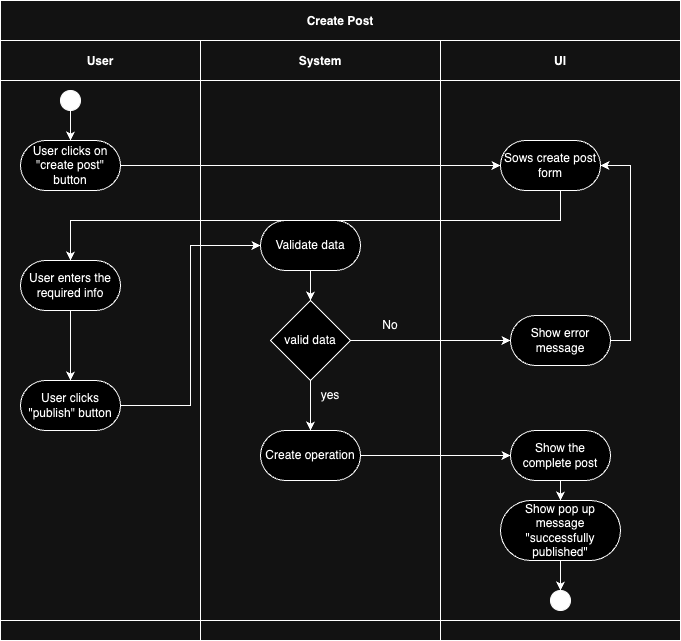
Before: Assets/Create post drawio.drawio.png, a diagram exported from draw.io (millisom/GluGuide). Source tidied: cells renumbered, new cells last; positions are measured from the earlier drawing's top-left corner, leaving out a move shared by most shapes.
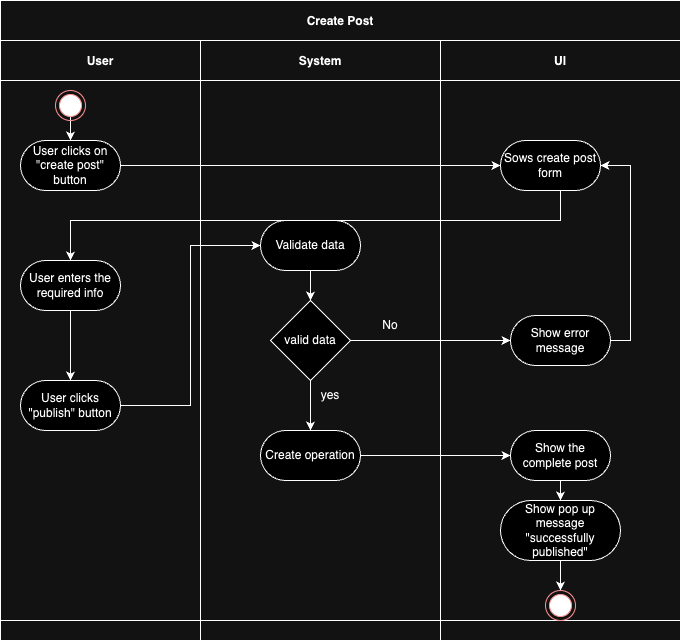
The same file after the commit.

The edit, as a diff of the source:
```diff
@@ -23,12 +23,14 @@
     <mxCell id="8" value="User clicks &quot;publish&quot; button" style="rounded=1;whiteSpace=wrap;html=1;arcSize=50;" parent="4" vertex="1">
       <mxGeometry x="20" y="340" width="100" height="50" as="geometry" />
     </mxCell>
-    <mxCell id="9" style="edgeStyle=orthogonalEdgeStyle;rounded=0;jettySize=auto;html=1;exitX=0.5;exitY=1;exitDx=0;exitDy=0;entryX=0.5;entryY=0;entryDx=0;entryDy=0;" parent="4" edge="1" source="10" target="5">
-      <mxGeometry relative="1" as="geometry" />
+    <mxCell id="9" style="edgeStyle=orthogonalEdgeStyle;rounded=0;jettySize=auto;html=1;exitX=0.5;exitY=1;exitDx=0;exitDy=0;entryX=0.5;entryY=0;entryDx=0;entryDy=0;" parent="4" edge="1" target="5">
+      <mxGeometry relative="1" as="geometry">
+        <mxPoint x="70" y="70" as="sourcePoint" />
+      </mxGeometry>
     </mxCell>
-    <mxCell id="10" style="ellipse;whiteSpace=wrap;html=1;fillColor=#000000;" parent="4" vertex="1">
-      <mxGeometry x="60" y="50" width="20" height="20" as="geometry" />
-    </mxCell>
+    <mxCell id="37" style="ellipse;html=1;shape=endState;fillColor=#000000;strokeColor=#ff0000;" parent="4" vertex="1">
+      <mxGeometry x="55" y="50" width="30" height="30" as="geometry" />
+    </mxCell>
     <mxCell id="11" value="System" style="swimlane;swimlaneHead=0;swimlaneBody=0;fillColor=none;startSize=40;fontStyle=1;" parent="3" vertex="1">
       <mxGeometry x="200" width="240" height="580" as="geometry" />
     </mxCell>
@@ -71,15 +73,17 @@
     <mxCell id="24" value="Show the complete post" style="rounded=1;whiteSpace=wrap;html=1;arcSize=50;" parent="19" vertex="1">
       <mxGeometry x="70" y="390" width="100" height="50" as="geometry" />
     </mxCell>
-    <mxCell id="25" style="edgeStyle=orthogonalEdgeStyle;rounded=0;jettySize=auto;html=1;" parent="19" edge="1" source="26" target="27">
-      <mxGeometry relative="1" as="geometry" />
+    <mxCell id="25" style="edgeStyle=orthogonalEdgeStyle;rounded=0;jettySize=auto;html=1;" parent="19" edge="1" source="26">
+      <mxGeometry relative="1" as="geometry">
+        <mxPoint x="120" y="550" as="targetPoint" />
+      </mxGeometry>
     </mxCell>
     <mxCell id="26" value="Show pop up message &quot;successfully published&quot;" style="whiteSpace=wrap;html=1;rounded=1;arcSize=50;" parent="19" vertex="1">
       <mxGeometry x="60" y="460" width="120" height="60" as="geometry" />
     </mxCell>
-    <mxCell id="27" style="ellipse;whiteSpace=wrap;html=1;fillColor=#000000;" parent="19" vertex="1">
-      <mxGeometry x="110" y="550" width="20" height="20" as="geometry" />
-    </mxCell>
+    <mxCell id="38" style="ellipse;html=1;shape=endState;fillColor=#000000;strokeColor=#ff0000;" parent="19" vertex="1">
+      <mxGeometry x="105" y="550" width="30" height="30" as="geometry" />
+    </mxCell>
     <mxCell id="28" style="edgeStyle=orthogonalEdgeStyle;rounded=0;jettySize=auto;html=1;" parent="3" edge="1" source="20" target="7">
       <mxGeometry relative="1" as="geometry">
         <Array as="points">
```
